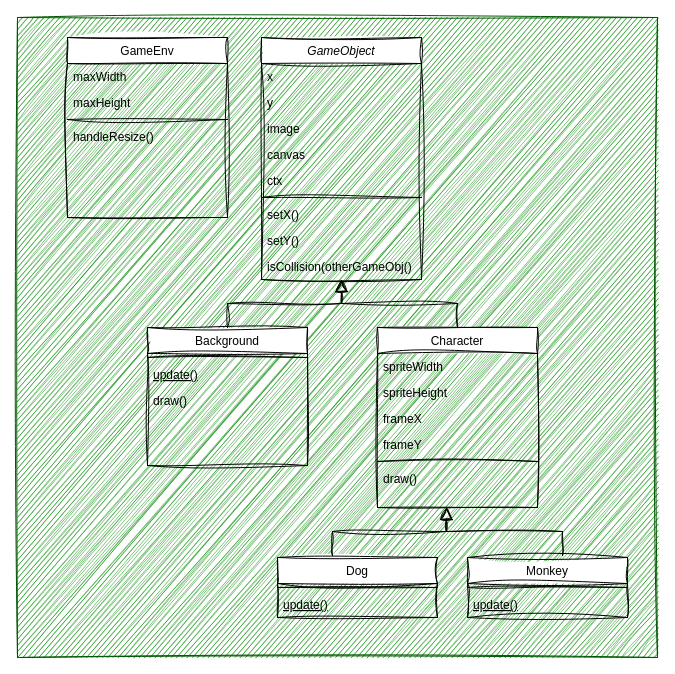
Earlier version of the draw.io diagram classDiagram.drawio (nighthawkcoders/teacher_portfolio). Source tidied: cells renumbered, new cells numbered last; positions are measured from the earlier drawing's top-left corner, leaving out a move shared by most shapes. Both pictures are drawn from the tidied source at 100%, with x=0, y=0 at pixel (17, 17).
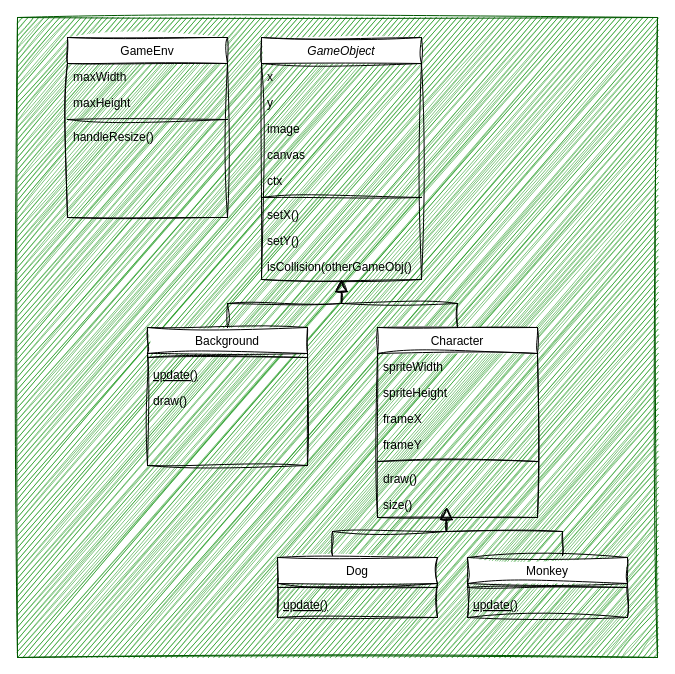
The same page after the edit.

What changed in the source:
```diff
@@
     <mxCell id="18" value="Character" style="swimlane;fontStyle=0;align=center;verticalAlign=top;horizontal=1;startSize=26;rounded=0;shadow=0;strokeWidth=1;sketch=1;curveFitting=1;jiggle=2;" parent="1" vertex="1">
-      <mxGeometry x="360" y="310" width="160" height="180" as="geometry" />
+      <mxGeometry x="360" y="310" width="160" height="190" as="geometry" />
     </mxCell>
@@
+    <mxCell id="39" value="size()" style="text;align=left;verticalAlign=top;spacingLeft=4;spacingRight=4;overflow=hidden;sketch=1;curveFitting=1;jiggle=2;rounded=0;" parent="18" vertex="1">
+      <mxGeometry y="164" width="160" height="26" as="geometry" />
+    </mxCell>
```
